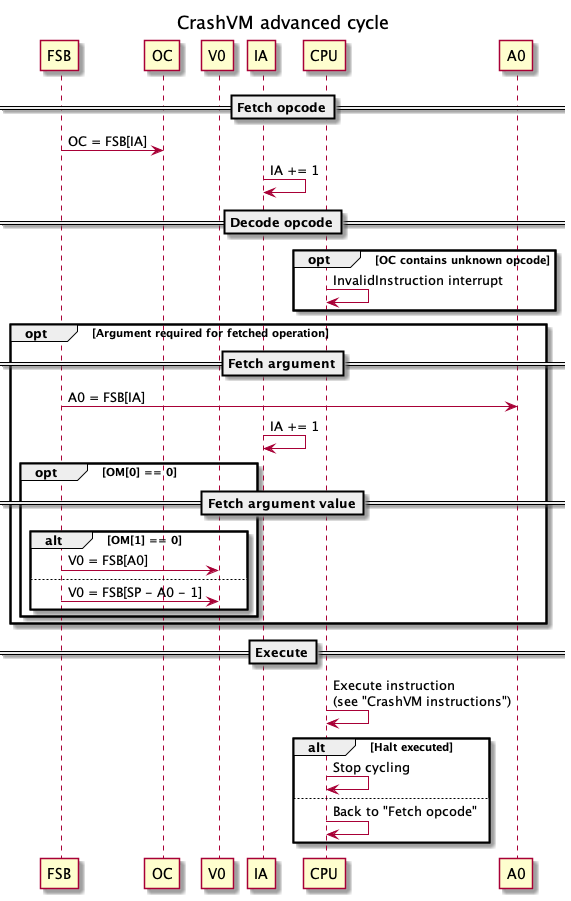
This is doc/advanced_cycle.png from hypafrag/crash-vm, a PlantUML export, as it was before one commit.
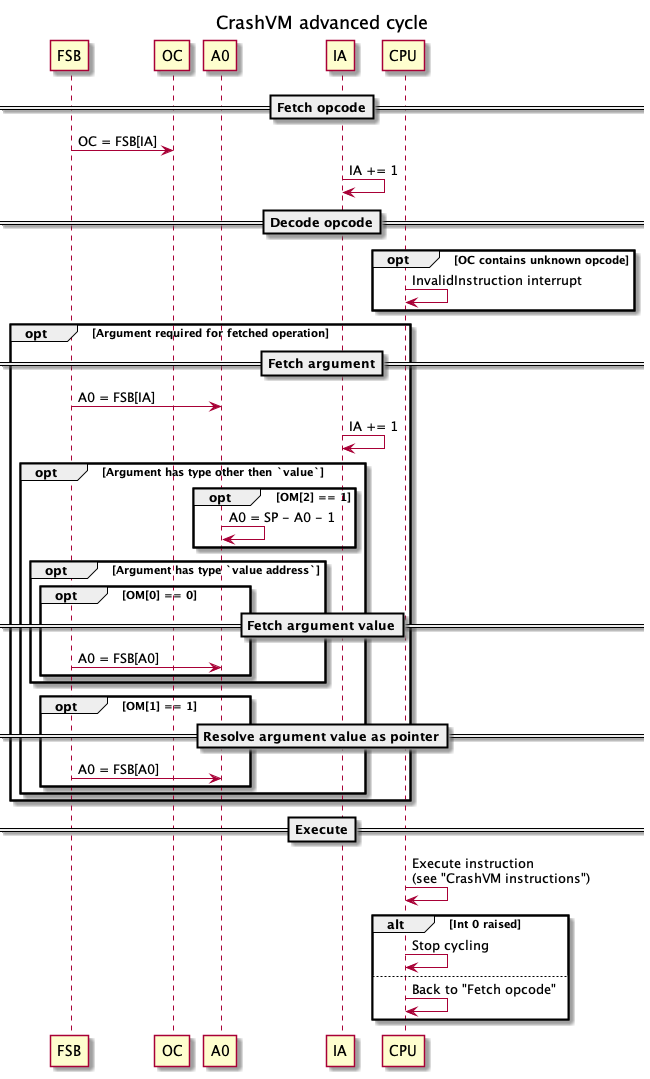
The same diagram one commit later.

Diff of the diagram source:
```diff
@@ -3,7 +3,7 @@
 
 participant FSB
 participant OC
-participant V0
+participant A0
 participant IA
 participant CPU
 
@@ -18,18 +18,25 @@
     ==Fetch argument==
     FSB -> A0: A0 = FSB[IA]
     IA -> IA: IA += 1
-    opt OM[0] == 0
-        ==Fetch argument value==
-        alt OM[1] == 0
-        FSB -> V0: V0 = FSB[A0]
-        else
-        FSB -> V0: V0 = FSB[SP - A0 - 1]
+    opt Argument has type other then `value`
+        opt OM[2] == 1
+            A0 -> A0: A0 = SP - A0 - 1
+        end
+        opt Argument has type `value address`
+            opt OM[0] == 0
+                ==Fetch argument value==
+                FSB -> A0: A0 = FSB[A0]
+            end
+        end
+        opt OM[1] == 1
+            ==Resolve argument value as pointer==
+            FSB -> A0: A0 = FSB[A0]
         end
     end
 end
 ==Execute==
 CPU -> CPU: Execute instruction\n(see "CrashVM instructions")
-alt Halt executed
+alt Int 0 raised
     CPU -> CPU: Stop cycling
 else
     CPU -> CPU: Back to "Fetch opcode"
```
